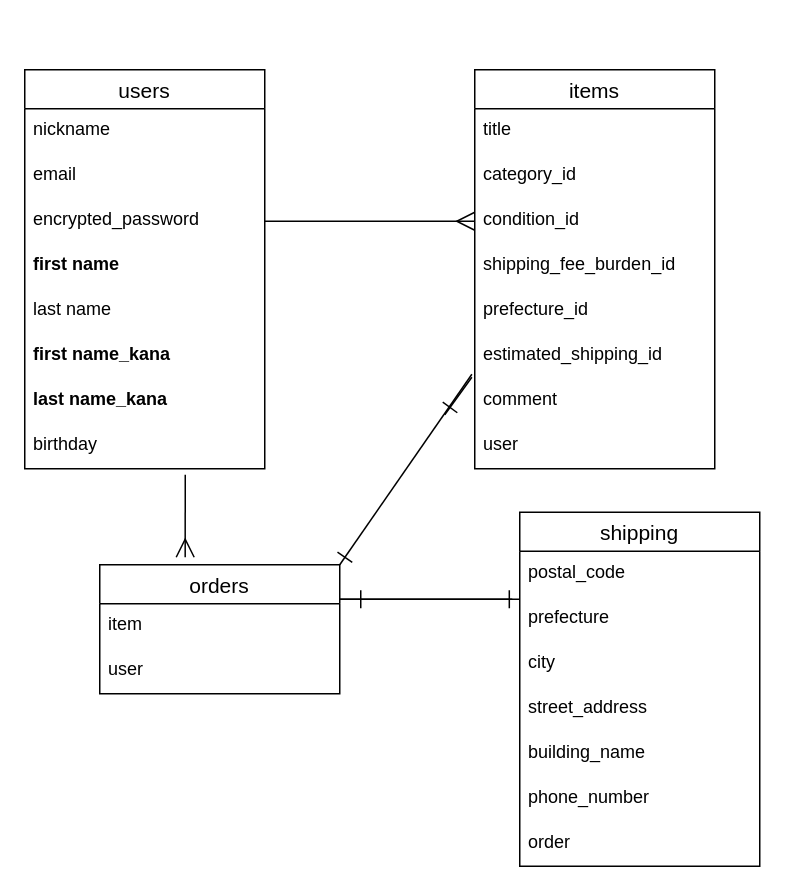
Above: database.dio in jodyyang007/furima-39373 (draw.io), before the change. Source tidied: cells renumbered, new cells numbered last; positions are measured from the earlier drawing's top-left corner, leaving out a move shared by most shapes. Both pictures are drawn from the tidied source at 150%, with x=0, y=0 at pixel (24, 69).
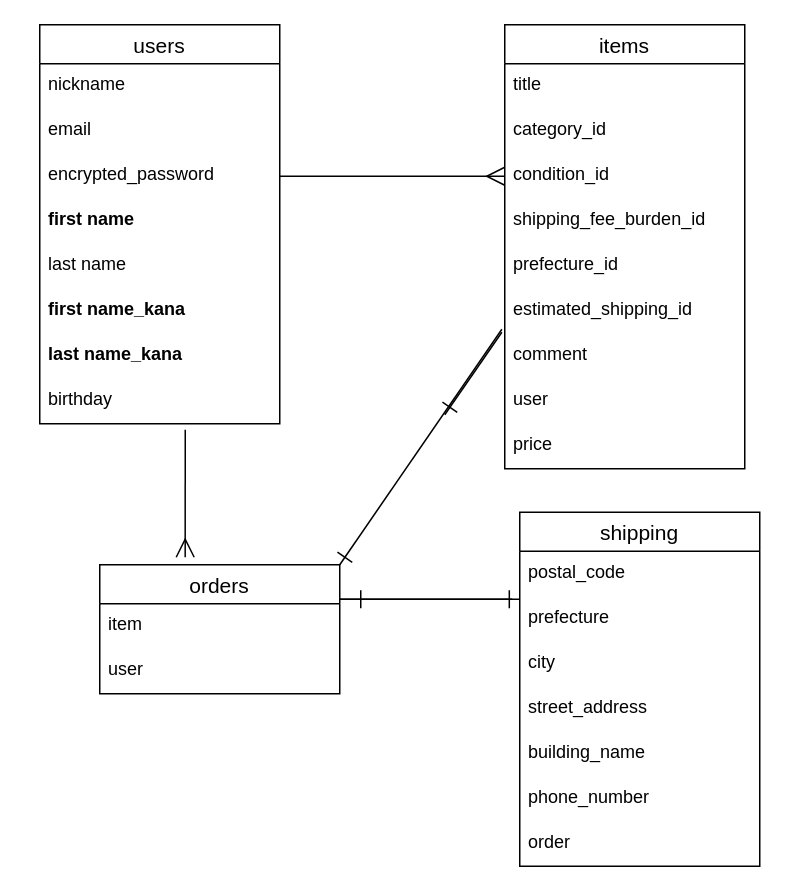
The same page after the edit.

Commit message (it also covers changes not shown here):
データベース修正5

https://gyazo.com/c2c99f529d180724c1cbd20f682f456c

The change refers to these unchanged cells:
```xml
<mxCell id="21" value="orders" style="swimlane;fontStyle=0;horizontal=1;startSize=26;align=center;fontSize=14;" parent="1" vertex="1">
  <mxGeometry x="50" y="330" width="160" height="86" as="geometry" />
</mxCell>
```

The edit, as a diff of the source:
```diff
@@
     <mxCell id="2" value="users" style="swimlane;fontStyle=0;horizontal=1;startSize=26;align=center;fontSize=14;" parent="1" vertex="1">
-      <mxGeometry width="160" height="266" as="geometry" />
+      <mxGeometry x="10" y="-30" width="160" height="266" as="geometry" />
     </mxCell>
@@
     <mxCell id="11" value="items" style="swimlane;fontStyle=0;horizontal=1;startSize=26;align=center;fontSize=14;" parent="1" vertex="1">
-      <mxGeometry x="300" width="160" height="266" as="geometry" />
+      <mxGeometry x="320" y="-30" width="160" height="296" as="geometry" />
     </mxCell>
@@
+    <mxCell id="37" value="price" style="text;strokeColor=none;fillColor=none;spacingLeft=4;spacingRight=4;overflow=hidden;fontSize=12;fontStyle=0;" parent="11" vertex="1">
+      <mxGeometry y="266" width="160" height="30" as="geometry" />
+    </mxCell>
@@
     <mxCell id="32" style="edgeStyle=none;html=1;entryX=0.356;entryY=-0.058;entryDx=0;entryDy=0;endArrow=ERmany;endFill=0;strokeWidth=1;endSize=10;startSize=10;jumpSize=7;targetPerimeterSpacing=0;entryPerimeter=0;" parent="1" edge="1" target="21">
       <mxGeometry relative="1" as="geometry">
-        <mxPoint x="107" y="270" as="sourcePoint" />
+        <mxPoint x="107" y="240" as="sourcePoint" />
       </mxGeometry>
     </mxCell>
```
